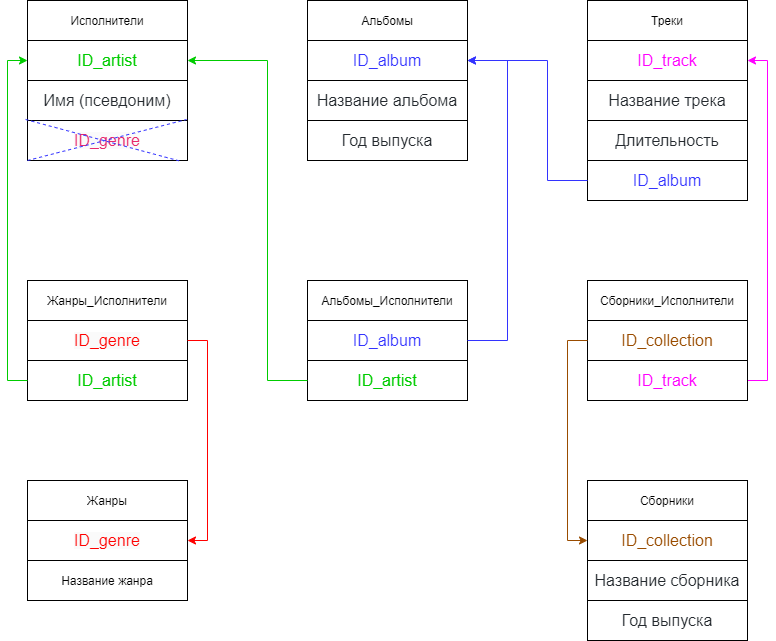
RusIlin/SQL keeps this draw.io diagram as diagram_2.png. Above is the earlier version. Source tidied: cells renumbered, new cells last; positions are measured from the earlier drawing's top-left corner, leaving out a move shared by most shapes.
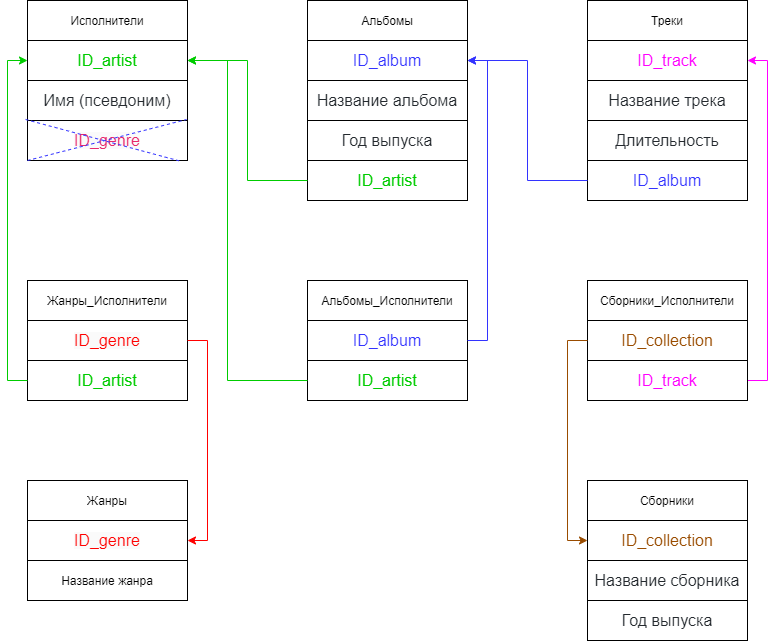
The same file after the commit.

What changed in the source:
```diff
@@ -33,7 +33,7 @@
       <mxGeometry relative="1" as="geometry" />
     </mxCell>
     <mxCell id="12" style="shape=table;startSize=0;" parent="1" vertex="1">
-      <mxGeometry x="300" width="160" height="160" as="geometry" />
+      <mxGeometry x="300" width="160" height="200" as="geometry" />
     </mxCell>
     <mxCell id="13" style="shape=partialRectangle;fillColor=none;top=0;left=0;bottom=0;right=0;" parent="12" vertex="1">
       <mxGeometry width="160" height="40" as="geometry" />
@@ -59,6 +59,12 @@
     <mxCell id="20" value="&lt;span style=&quot;color: rgb(36 , 41 , 46) ; font-size: 16px ; text-align: left ; background-color: rgb(255 , 255 , 255)&quot;&gt;Год выпуска&lt;/span&gt;" style="shape=partialRectangle;html=1;whiteSpace=wrap;overflow=hidden;fillColor=none;top=0;left=0;bottom=0;right=0;" parent="19" vertex="1">
       <mxGeometry width="160" height="40" as="geometry" />
     </mxCell>
+    <mxCell id="81" style="shape=partialRectangle;fillColor=none;top=0;left=0;bottom=0;right=0;points=[[0,0.5],[1,0.5]];portConstraint=eastwest;" parent="12" vertex="1">
+      <mxGeometry y="160" width="160" height="40" as="geometry" />
+    </mxCell>
+    <mxCell id="82" value="&lt;span style=&quot;font-size: 16px ; background-color: rgb(255 , 255 , 255)&quot;&gt;&lt;font color=&quot;#00cc00&quot;&gt;ID_artist&lt;/font&gt;&lt;/span&gt;" style="shape=partialRectangle;html=1;whiteSpace=wrap;overflow=hidden;fillColor=none;top=0;left=0;bottom=0;right=0;" parent="81" vertex="1">
+      <mxGeometry width="160" height="40" as="geometry" />
+    </mxCell>
     <mxCell id="21" style="shape=table;startSize=0;" parent="1" vertex="1">
       <mxGeometry x="580" width="160" height="200" as="geometry" />
     </mxCell>
@@ -116,11 +122,19 @@
     <mxCell id="39" style="edgeStyle=orthogonalEdgeStyle;rounded=0;jettySize=auto;html=1;exitX=0;exitY=0.5;exitDx=0;exitDy=0;entryX=1;entryY=0.5;entryDx=0;entryDy=0;strokeColor=#3333FF;" parent="1" edge="1" source="30" target="15">
       <mxGeometry relative="1" as="geometry">
         <Array as="points">
-          <mxPoint x="540" y="180" />
-          <mxPoint x="540" y="60" />
+          <mxPoint x="520" y="180" />
+          <mxPoint x="520" y="60" />
         </Array>
       </mxGeometry>
     </mxCell>
+    <mxCell id="83" style="edgeStyle=orthogonalEdgeStyle;rounded=0;jettySize=auto;html=1;exitX=0;exitY=0.5;exitDx=0;exitDy=0;entryX=1;entryY=0.5;entryDx=0;entryDy=0;strokeColor=#00CC00;" parent="1" edge="1" source="81" target="5">
+      <mxGeometry relative="1" as="geometry">
+        <Array as="points">
+          <mxPoint x="240" y="180" />
+          <mxPoint x="240" y="60" />
+        </Array>
+      </mxGeometry>
+    </mxCell>
     <mxCell id="40" style="edgeStyle=orthogonalEdgeStyle;rounded=0;jettySize=auto;html=1;exitX=0;exitY=0.5;exitDx=0;exitDy=0;entryX=1;entryY=0.5;entryDx=0;entryDy=0;" parent="1" edge="1" source="x" target="5">
       <mxGeometry relative="1" as="geometry" />
     </mxCell>
@@ -203,16 +217,16 @@
       <mxGeometry relative="1" as="geometry">
         <mxPoint x="460" y="60" as="targetPoint" />
         <Array as="points">
-          <mxPoint x="500" y="340" />
-          <mxPoint x="500" y="60" />
+          <mxPoint x="480" y="340" />
+          <mxPoint x="480" y="60" />
         </Array>
       </mxGeometry>
     </mxCell>
     <mxCell id="60" style="edgeStyle=orthogonalEdgeStyle;rounded=0;jettySize=auto;html=1;exitX=0;exitY=0.5;exitDx=0;exitDy=0;entryX=1;entryY=0.5;entryDx=0;entryDy=0;strokeColor=#00CC00;" parent="1" edge="1" source="57" target="5">
       <mxGeometry relative="1" as="geometry">
         <Array as="points">
-          <mxPoint x="260" y="380" />
-          <mxPoint x="260" y="60" />
+          <mxPoint x="220" y="380" />
+          <mxPoint x="220" y="60" />
         </Array>
       </mxGeometry>
     </mxCell>
```
